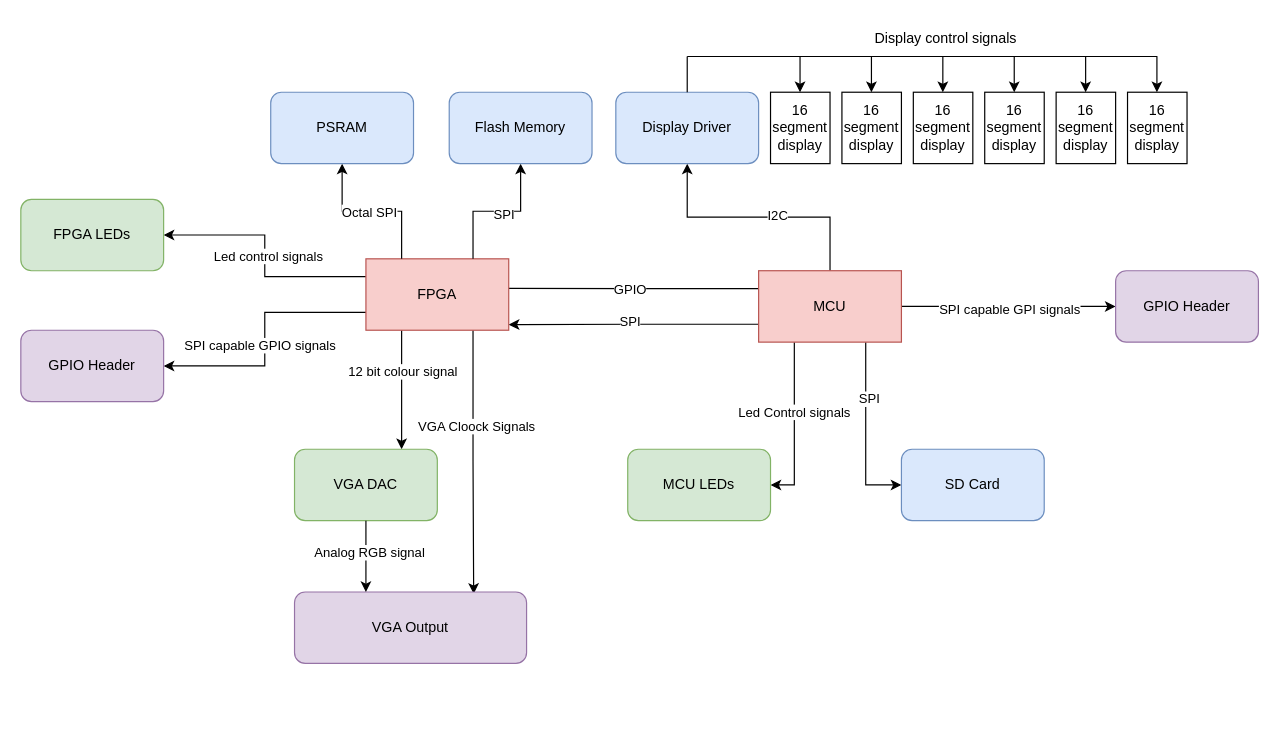
MH-Flight-Simulator-X/System-Figures-And-Microarchitecture keeps this draw.io diagram as PCB/DetailedPCBDiagram.drawio. Above is the earlier version. Source tidied: cells renumbered, new cells numbered last; positions are measured from the earlier drawing's top-left corner, leaving out a move shared by most shapes. Both pictures are drawn from the tidied source at 119%, with x=0, y=0 at pixel (20, 20).
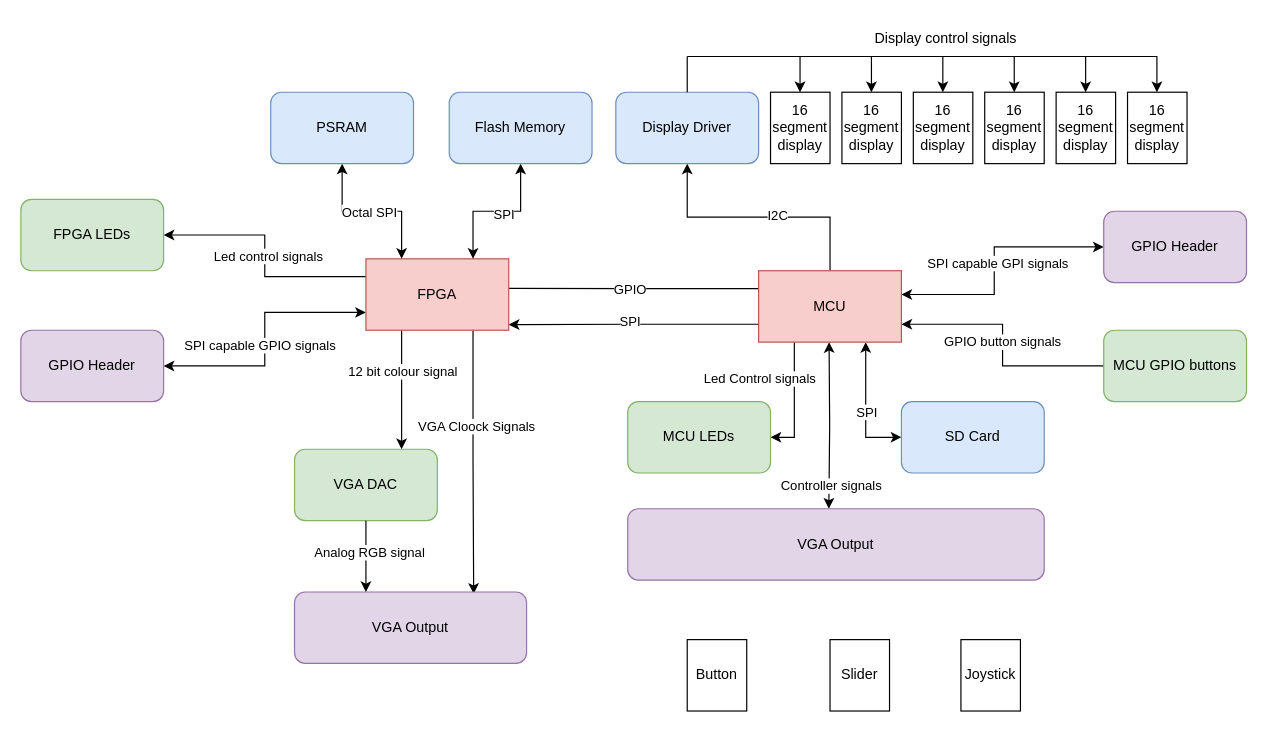
Above is the later version.

Unchanged cells that the change refers to:
```xml
<mxCell id="12" style="edgeStyle=orthogonalEdgeStyle;rounded=0;jettySize=auto;html=1;exitX=0.25;exitY=1;exitDx=0;exitDy=0;entryX=1;entryY=0.5;entryDx=0;entryDy=0;" parent="1" edge="1" source="14" target="54">
  <mxGeometry relative="1" as="geometry" />
</mxCell>
<mxCell id="14" value="MCU" style="rounded=0;whiteSpace=wrap;html=1;fillColor=#f8cecc;strokeColor=#b85450;" parent="1" vertex="1">
  <mxGeometry x="620" y="210" width="120" height="60" as="geometry" />
</mxCell>
<mxCell id="25" value="FPGA" style="rounded=0;whiteSpace=wrap;html=1;fillColor=#f8cecc;strokeColor=#b85450;" parent="1" vertex="1">
  <mxGeometry x="290" y="200" width="120" height="60" as="geometry" />
</mxCell>
<mxCell id="28" value="PSRAM" style="rounded=1;whiteSpace=wrap;html=1;fillColor=#dae8fc;strokeColor=#6c8ebf;" parent="1" vertex="1">
  <mxGeometry x="210" y="60" width="120" height="60" as="geometry" />
</mxCell>
<mxCell id="31" value="Flash Memory" style="rounded=1;whiteSpace=wrap;html=1;fillColor=#dae8fc;strokeColor=#6c8ebf;" parent="1" vertex="1">
  <mxGeometry x="360" y="60" width="120" height="60" as="geometry" />
</mxCell>
<mxCell id="37" value="GPIO Header" style="rounded=1;whiteSpace=wrap;html=1;fillColor=#e1d5e7;strokeColor=#9673a6;" parent="1" vertex="1">
  <mxGeometry y="260" width="120" height="60" as="geometry" />
</mxCell>
```

The edit, as a diff of the source:
```diff
@@
-    <mxCell id="6" style="edgeStyle=orthogonalEdgeStyle;rounded=0;jettySize=auto;html=1;entryX=0;entryY=0.5;entryDx=0;entryDy=0;" parent="1" edge="1" source="14" target="15">
+    <mxCell id="6" style="edgeStyle=orthogonalEdgeStyle;rounded=0;jettySize=auto;html=1;entryX=0;entryY=0.5;entryDx=0;entryDy=0;startArrow=classic;startFill=1;" parent="1" edge="1" source="14" target="15">
       <mxGeometry relative="1" as="geometry">
         <Array as="points">
-          <mxPoint x="710" y="390" />
+          <mxPoint x="710" y="350" />
         </Array>
       </mxGeometry>
     </mxCell>
     <mxCell id="7" value="SPI" style="edgeLabel;html=1;align=center;verticalAlign=middle;" parent="6" vertex="1">
-      <mxGeometry x="-0.37" y="2" relative="1" as="geometry" />
+      <mxGeometry x="-0.37" y="2" relative="1" as="geometry">
+        <mxPoint x="-2" y="23" as="offset" />
+      </mxGeometry>
     </mxCell>
@@
-    <mxCell id="10" style="edgeStyle=orthogonalEdgeStyle;rounded=0;jettySize=auto;html=1;entryX=0;entryY=0.5;entryDx=0;entryDy=0;" parent="1" edge="1" source="14" target="53">
-      <mxGeometry relative="1" as="geometry" />
+    <mxCell id="10" style="edgeStyle=orthogonalEdgeStyle;rounded=0;jettySize=auto;html=1;entryX=0;entryY=0.5;entryDx=0;entryDy=0;startArrow=classic;startFill=1;" parent="1" edge="1" source="14" target="53">
+      <mxGeometry relative="1" as="geometry">
+        <Array as="points">
+          <mxPoint x="818" y="230" />
+          <mxPoint x="818" y="190" />
+        </Array>
+      </mxGeometry>
     </mxCell>
@@
     <mxCell id="13" value="Led Control signals" style="edgeLabel;html=1;align=center;verticalAlign=middle;" parent="12" vertex="1">
-      <mxGeometry x="-0.17" y="-1" relative="1" as="geometry" />
+      <mxGeometry x="-0.17" y="-1" relative="1" as="geometry">
+        <mxPoint x="-29" y="-12" as="offset" />
+      </mxGeometry>
     </mxCell>
+    <mxCell id="55" style="edgeStyle=orthogonalEdgeStyle;rounded=0;jettySize=auto;html=1;exitX=1;exitY=0.75;exitDx=0;exitDy=0;startArrow=classic;startFill=1;endArrow=none;endFill=0;" parent="1" edge="1" source="14" target="59">
+      <mxGeometry relative="1" as="geometry" />
+    </mxCell>
+    <mxCell id="56" value="GPIO button signals" style="edgeLabel;html=1;align=center;verticalAlign=middle;" parent="55" vertex="1">
+      <mxGeometry x="-0.03" y="-1" relative="1" as="geometry" />
+    </mxCell>
+    <mxCell id="57" style="edgeStyle=orthogonalEdgeStyle;rounded=0;orthogonalLoop=1;jettySize=auto;html=1;startArrow=classic;startFill=1;" parent="1" edge="1">
+      <mxGeometry relative="1" as="geometry">
+        <mxPoint x="679.2" y="270" as="sourcePoint" />
+        <mxPoint x="679" y="410" as="targetPoint" />
+      </mxGeometry>
+    </mxCell>
+    <mxCell id="58" value="Controller signals" style="edgeLabel;html=1;align=center;verticalAlign=middle;" parent="57" vertex="1">
+      <mxGeometry x="0.55" y="1" relative="1" as="geometry">
+        <mxPoint y="12" as="offset" />
+      </mxGeometry>
+    </mxCell>
@@
     <mxCell id="15" value="SD Card" style="rounded=1;whiteSpace=wrap;html=1;fillColor=#dae8fc;strokeColor=#6c8ebf;" parent="1" vertex="1">
-      <mxGeometry x="740" y="360" width="120" height="60" as="geometry" />
+      <mxGeometry x="740" y="320" width="120" height="60" as="geometry" />
     </mxCell>
@@
-    <mxCell id="21" style="edgeStyle=orthogonalEdgeStyle;rounded=0;jettySize=auto;html=1;exitX=0;exitY=0.75;exitDx=0;exitDy=0;entryX=1;entryY=0.5;entryDx=0;entryDy=0;" parent="1" edge="1" source="25" target="37">
+    <mxCell id="21" style="edgeStyle=orthogonalEdgeStyle;rounded=0;jettySize=auto;html=1;exitX=0;exitY=0.75;exitDx=0;exitDy=0;entryX=1;entryY=0.5;entryDx=0;entryDy=0;startArrow=classic;startFill=1;" parent="1" edge="1" source="25" target="37">
       <mxGeometry relative="1" as="geometry" />
     </mxCell>
@@
-    <mxCell id="26" style="edgeStyle=orthogonalEdgeStyle;rounded=0;jettySize=auto;html=1;entryX=0.25;entryY=0;entryDx=0;entryDy=0;endArrow=none;endFill=0;startArrow=classic;startFill=1;" parent="1" edge="1" source="28" target="25">
+    <mxCell id="26" style="edgeStyle=orthogonalEdgeStyle;rounded=0;jettySize=auto;html=1;entryX=0.25;entryY=0;entryDx=0;entryDy=0;endArrow=classic;endFill=1;startArrow=classic;startFill=1;" parent="1" edge="1" source="28" target="25">
       <mxGeometry relative="1" as="geometry" />
     </mxCell>
@@
-    <mxCell id="29" style="edgeStyle=orthogonalEdgeStyle;rounded=0;jettySize=auto;html=1;entryX=0.75;entryY=0;entryDx=0;entryDy=0;endArrow=none;endFill=0;startArrow=classic;startFill=1;" parent="1" edge="1" source="31" target="25">
+    <mxCell id="29" style="edgeStyle=orthogonalEdgeStyle;rounded=0;jettySize=auto;html=1;entryX=0.75;entryY=0;entryDx=0;entryDy=0;endArrow=classic;endFill=1;startArrow=classic;startFill=1;" parent="1" edge="1" source="31" target="25">
       <mxGeometry relative="1" as="geometry" />
     </mxCell>
@@
     <mxCell id="53" value="GPIO Header" style="rounded=1;whiteSpace=wrap;html=1;fillColor=#e1d5e7;strokeColor=#9673a6;" parent="1" vertex="1">
-      <mxGeometry x="920" y="210" width="120" height="60" as="geometry" />
+      <mxGeometry x="910" y="160" width="120" height="60" as="geometry" />
     </mxCell>
     <mxCell id="54" value="MCU LEDs" style="rounded=1;whiteSpace=wrap;html=1;fillColor=#d5e8d4;strokeColor=#82b366;" parent="1" vertex="1">
-      <mxGeometry x="510" y="360" width="120" height="60" as="geometry" />
+      <mxGeometry x="510" y="320" width="120" height="60" as="geometry" />
     </mxCell>
+    <mxCell id="59" value="MCU GPIO buttons" style="rounded=1;whiteSpace=wrap;html=1;fillColor=#d5e8d4;strokeColor=#82b366;" parent="1" vertex="1">
+      <mxGeometry x="910" y="260" width="120" height="60" as="geometry" />
+    </mxCell>
+    <mxCell id="60" value="VGA Output" style="rounded=1;whiteSpace=wrap;html=1;fillColor=#e1d5e7;strokeColor=#9673a6;" parent="1" vertex="1">
+      <mxGeometry x="510" y="410" width="350" height="60" as="geometry" />
+    </mxCell>
+    <mxCell id="61" value="Joystick" style="rounded=0;whiteSpace=wrap;html=1;" parent="1" vertex="1">
+      <mxGeometry x="790" y="520" width="50" height="60" as="geometry" />
+    </mxCell>
+    <mxCell id="62" value="Slider" style="rounded=0;whiteSpace=wrap;html=1;" parent="1" vertex="1">
+      <mxGeometry x="680" y="520" width="50" height="60" as="geometry" />
+    </mxCell>
+    <mxCell id="63" value="Button" style="rounded=0;whiteSpace=wrap;html=1;" parent="1" vertex="1">
+      <mxGeometry x="560" y="520" width="50" height="60" as="geometry" />
+    </mxCell>
```
